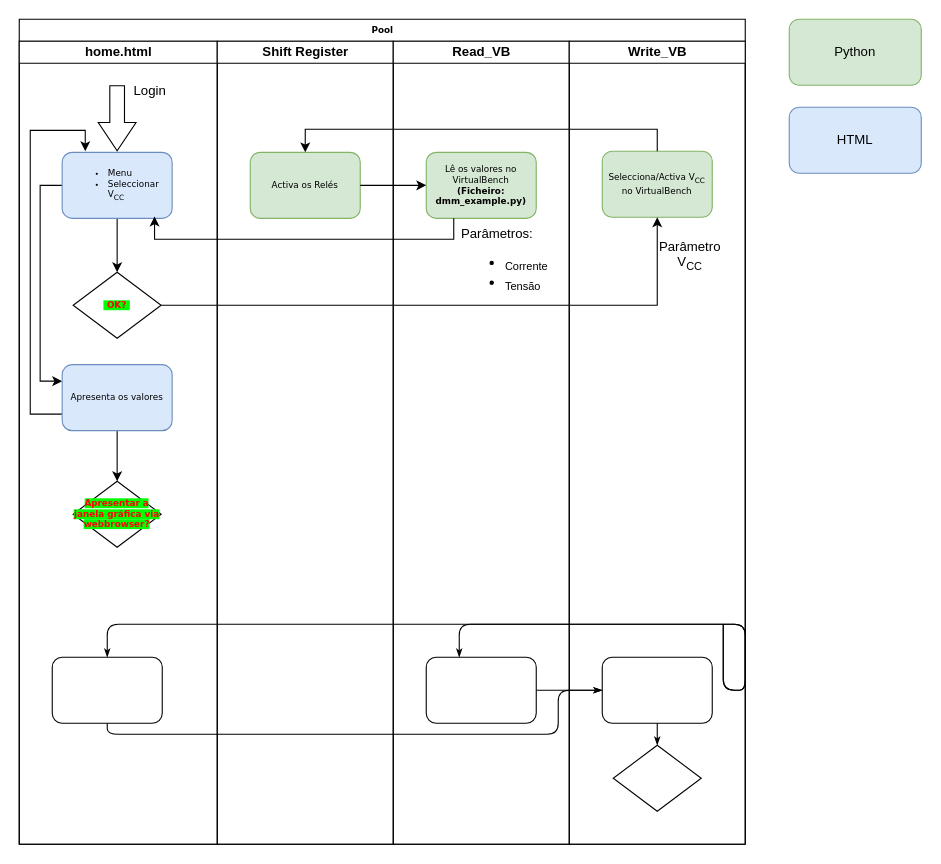
This is diagramas/Diagrama_RENOMEAR.drawio from eddygrinder/Unnamed-Thesis_PCCode, a draw.io file, before an edit. Source tidied: cells renumbered, new cells numbered last; positions are measured from the earlier drawing's top-left corner, leaving out a move shared by most shapes. Both pictures are drawn from the tidied source at 110%, with x=0, y=0 at pixel (19, 19).
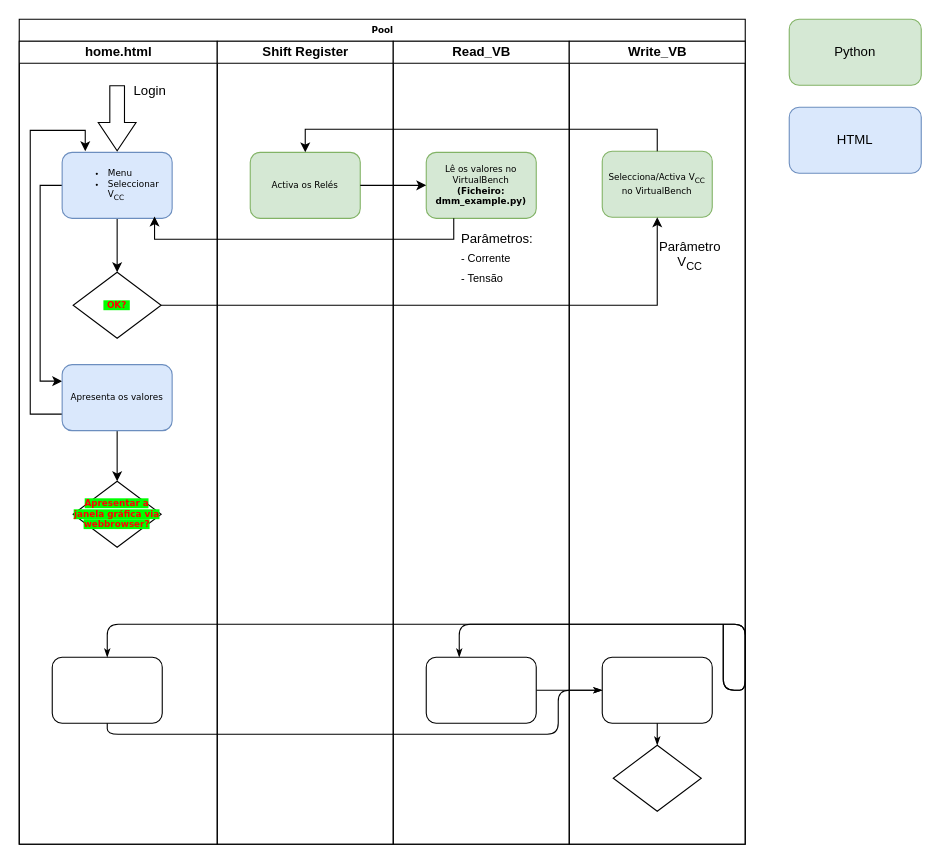
The same page after the edit.

Unchanged cells that the change refers to:
```xml
<mxCell id="21" value="Read_VB" style="swimlane;html=1;startSize=20;" parent="2" vertex="1">
  <mxGeometry x="340" y="20" width="160" height="730" as="geometry" />
</mxCell>
```

What changed in the source:
```diff
@@
-    <mxCell id="24" value="&lt;div align=&quot;left&quot;&gt;Parâmetros:&lt;/div&gt;&lt;div align=&quot;left&quot;&gt;&lt;ul&gt;&lt;li&gt;&lt;sub&gt;Corrente&lt;/sub&gt;&lt;/li&gt;&lt;li&gt;&lt;sub&gt;Tensão&lt;/sub&gt;&lt;/li&gt;&lt;/ul&gt;&lt;/div&gt;" style="text;html=1;strokeColor=none;fillColor=none;align=left;verticalAlign=middle;whiteSpace=wrap;rounded=0;" parent="21" vertex="1">
+    <mxCell id="24" value="Parâmetros:&lt;br&gt;&lt;div&gt;&lt;sub&gt;- Corrente&lt;/sub&gt;&lt;sub&gt;&lt;br&gt;&lt;/sub&gt;&lt;/div&gt;&lt;div&gt;&lt;sub&gt;- Tensão&lt;/sub&gt;&lt;/div&gt;&lt;br&gt;" style="text;html=1;strokeColor=none;fillColor=none;align=left;verticalAlign=middle;whiteSpace=wrap;rounded=0;" parent="21" vertex="1">
       <mxGeometry x="60" y="189" width="60" height="30" as="geometry" />
     </mxCell>
```
